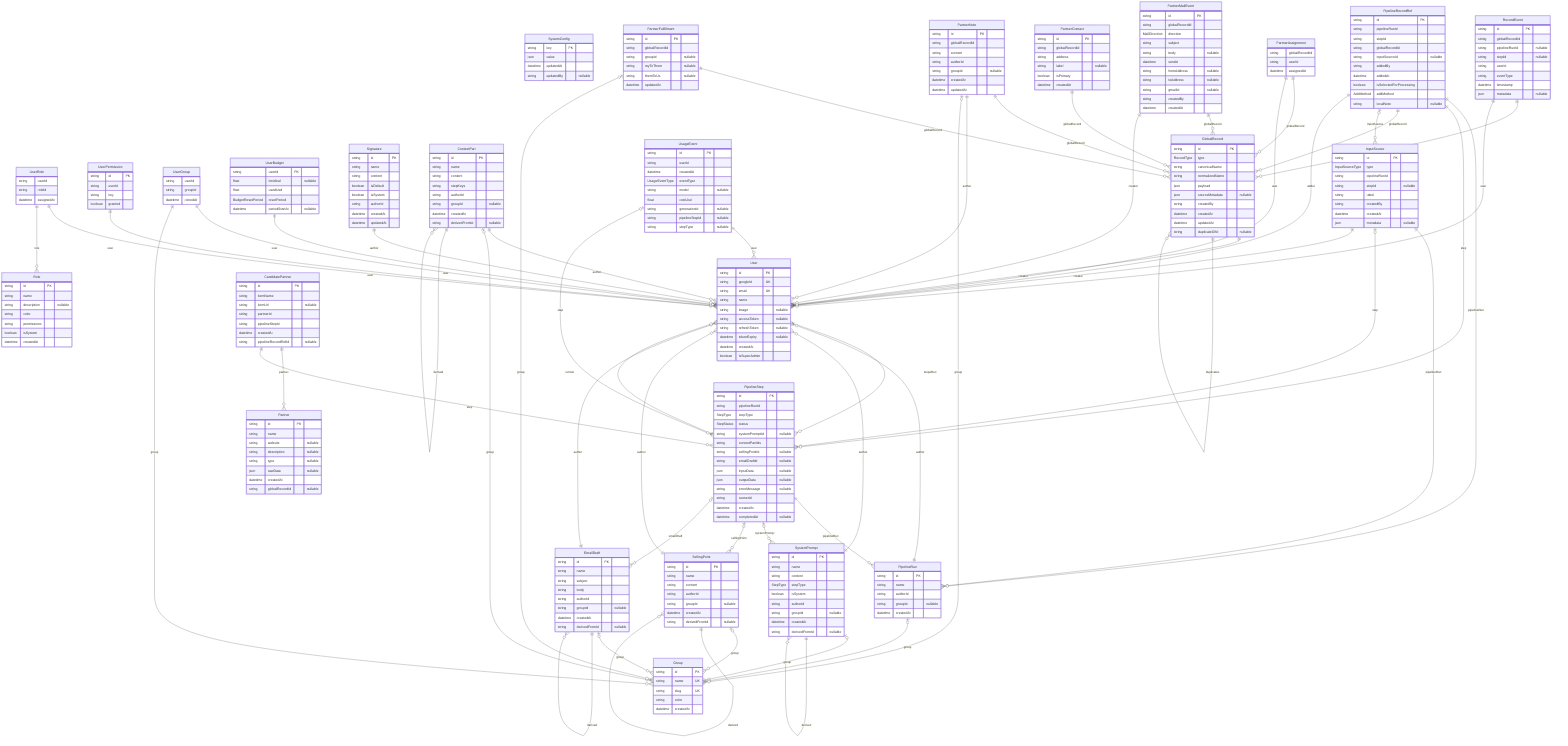
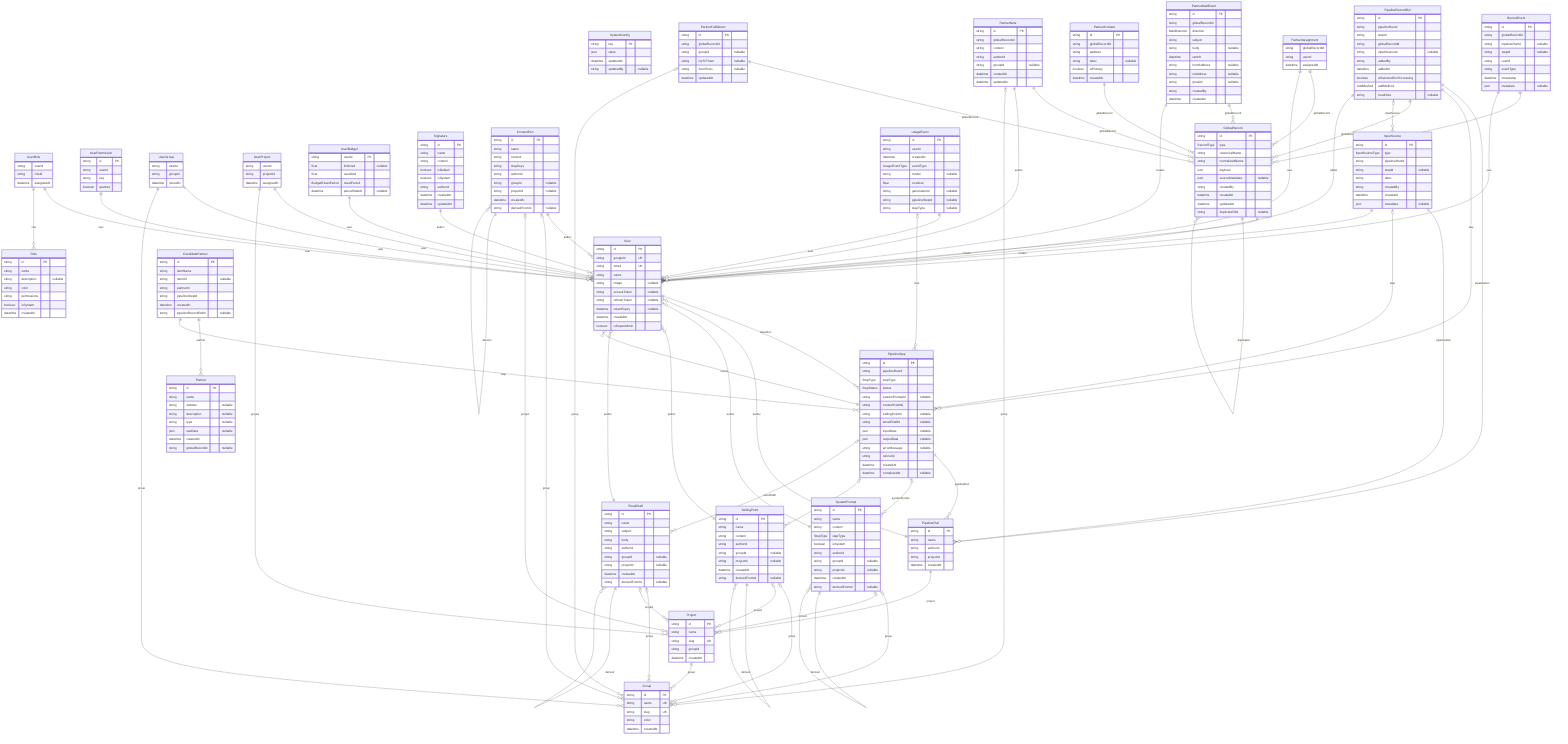
erDiagram
    User {
        string id PK
        string googleId UK
        string email UK
        string name
        string image "nullable"
        string accessToken "nullable"
        string refreshToken "nullable"
        datetime tokenExpiry "nullable"
        datetime createdAt
        boolean isSuperAdmin
    }
    Role {
        string id PK
        string name
        string description "nullable"
        string color
        string permissions
        boolean isSystem
        datetime createdAt
    }
    UserRole {
        string userId
        string roleId
        datetime assignedAt
    }
    UserPermission {
        string id PK
        string userId
        string key
        boolean granted
    }
    Group {
        string id PK
        string name UK
        string slug UK
        string color
        datetime createdAt
    }
+     Project {
+         string id PK
+         string name
+         string slug UK
+         string groupId
+         datetime createdAt
+     }
    UserGroup {
        string userId
        string groupId
        datetime joinedAt
+     }
+     UserProject {
+         string userId
+         string projectId
+         datetime assignedAt
    }
    UserBudget {
        string userId PK
        float limitUsd "nullable"
        float usedUsd
        BudgetResetPeriod resetPeriod
        datetime periodStartAt "nullable"
    }
    Signature {
        string id PK
        string name
        string content
        boolean isDefault
        boolean isSystem
        string authorId
        datetime createdAt
        datetime updatedAt
    }
    SystemPrompt {
        string id PK
        string name
        string content
        StepType stepType
        boolean isSystem
        string authorId
        string groupId "nullable"
+         string projectId "nullable"
        datetime createdAt
        string derivedFromId "nullable"
    }
    ContextPart {
        string id PK
        string name
        string content
        string stepKeys
        string authorId
        string groupId "nullable"
+         string projectId "nullable"
        datetime createdAt
        string derivedFromId "nullable"
    }
    SellingPoint {
        string id PK
        string name
        string content
        string authorId
        string groupId "nullable"
+         string projectId "nullable"
        datetime createdAt
        string derivedFromId "nullable"
    }
    EmailDraft {
        string id PK
        string name
        string subject
        string body
        string authorId
        string groupId "nullable"
+         string projectId "nullable"
        datetime createdAt
        string derivedFromId "nullable"
    }
    PipelineRun {
        string id PK
        string name
        string authorId
-         string groupId "nullable"
+         string projectId
        datetime createdAt
    }
    PipelineStep {
        string id PK
        string pipelineRunId
        StepType stepType
        StepStatus status
        string systemPromptId "nullable"
        string contextPartIds
        string sellingPointId "nullable"
        string emailDraftId "nullable"
        json inputData "nullable"
        json outputData "nullable"
        string errorMessage "nullable"
        string runnerId
        datetime createdAt
        datetime completedAt "nullable"
    }
    Partner {
        string id PK
        string name
        string website "nullable"
        string description "nullable"
        string type "nullable"
        json rawData "nullable"
        datetime createdAt
        string globalRecordId "nullable"
    }
    CandidatePartner {
        string id PK
        string itemName
        string itemUrl "nullable"
        string partnerId
        string pipelineStepId
        datetime createdAt
        string pipelineRecordRefId "nullable"
    }
    GlobalRecord {
        string id PK
        RecordType type
        string canonicalName
        string normalizedName
        json payload
        json sourceMetadata "nullable"
        string createdBy
        datetime createdAt
        datetime updatedAt
        string duplicateOfId "nullable"
    }
    UsageEvent {
        string id PK
        string userId
        datetime createdAt
        UsageEventType eventType
        string model "nullable"
        float costUsd
        string generationId "nullable"
        string pipelineStepId "nullable"
        string stepType "nullable"
    }
    SystemConfig {
        string key PK
        json value
        datetime updatedAt
        string updatedBy "nullable"
    }
    InputSource {
        string id PK
        InputSourceType type
        string pipelineRunId
        string stepId "nullable"
        string label
        string createdBy
        datetime createdAt
        json metadata "nullable"
    }
    PipelineRecordRef {
        string id PK
        string pipelineRunId
        string stepId
        string globalRecordId
        string inputSourceId "nullable"
        string addedBy
        datetime addedAt
        boolean isSelectedForProcessing
        AddMethod addMethod
        string localNote "nullable"
    }
    RecordEvent {
        string id PK
        string globalRecordId
        string pipelineRunId "nullable"
        string stepId "nullable"
        string userId
        string eventType
        datetime timestamp
        json metadata "nullable"
    }
    PartnerContact {
        string id PK
        string globalRecordId
        string address
        string label "nullable"
        boolean isPrimary
        datetime createdAt
    }
    PartnerAssignment {
        string globalRecordId
        string userId
        datetime assignedAt
    }
    PartnerMailEvent {
        string id PK
        string globalRecordId
        MailDirection direction
        string subject
        string body "nullable"
        datetime sentAt
        string fromAddress "nullable"
        string toAddress "nullable"
        string gmailId "nullable"
        string createdBy
        datetime createdAt
    }
    PartnerNote {
        string id PK
        string globalRecordId
        string content
        string authorId
        string groupId "nullable"
        datetime createdAt
        datetime updatedAt
    }
    PartnerFulfillment {
        string id PK
        string globalRecordId
        string groupId "nullable"
        string myToThem "nullable"
        string themToUs "nullable"
        datetime updatedAt
    }

    User ||--}o PipelineStep : "stepsRun"
    UserRole ||--}o User : "user"
    UserRole ||--}o Role : "role"
    UserPermission ||--}o User : "user"
+     Project ||--}o Group : "group"
    UserGroup ||--}o User : "user"
    UserGroup ||--}o Group : "group"
+     UserProject ||--}o User : "user"
+     UserProject ||--}o Project : "project"
    UserBudget ||--o| User : "user"
    Signature ||--}o User : "author"
    SystemPrompt ||--}o User : "author"
    SystemPrompt |o--}o Group : "group"
+     SystemPrompt |o--}o Project : "project"
    SystemPrompt |o--o| SystemPrompt : "derivedFrom"
    SystemPrompt ||--}o SystemPrompt : "derived"
    ContextPart ||--}o User : "author"
    ContextPart |o--}o Group : "group"
+     ContextPart |o--}o Project : "project"
    ContextPart |o--o| ContextPart : "derivedFrom"
    ContextPart ||--}o ContextPart : "derived"
    SellingPoint ||--}o User : "author"
    SellingPoint |o--}o Group : "group"
+     SellingPoint |o--}o Project : "project"
    SellingPoint |o--o| SellingPoint : "derivedFrom"
    SellingPoint ||--}o SellingPoint : "derived"
    EmailDraft ||--}o User : "author"
    EmailDraft |o--}o Group : "group"
+     EmailDraft |o--}o Project : "project"
    EmailDraft |o--o| EmailDraft : "derivedFrom"
    EmailDraft ||--}o EmailDraft : "derived"
    PipelineRun ||--}o User : "author"
-     PipelineRun |o--}o Group : "group"
+     PipelineRun ||--}o Project : "project"
    PipelineStep ||--}o PipelineRun : "pipelineRun"
    PipelineStep |o--}o SystemPrompt : "systemPrompt"
    PipelineStep |o--}o SellingPoint : "sellingPoint"
    PipelineStep |o--}o EmailDraft : "emailDraft"
    PipelineStep ||--}o User : "runner"
    CandidatePartner ||--}o Partner : "partner"
    CandidatePartner ||--}o PipelineStep : "step"
    GlobalRecord ||--}o User : "creator"
    GlobalRecord |o--o| GlobalRecord : "duplicateOf"
    GlobalRecord ||--}o GlobalRecord : "duplicates"
    UsageEvent ||--}o User : "user"
    UsageEvent |o--}o PipelineStep : "step"
    InputSource ||--}o PipelineRun : "pipelineRun"
    InputSource |o--}o PipelineStep : "step"
    InputSource ||--}o User : "creator"
    PipelineRecordRef ||--}o PipelineRun : "pipelineRun"
    PipelineRecordRef ||--}o PipelineStep : "step"
    PipelineRecordRef ||--}o GlobalRecord : "globalRecord"
    PipelineRecordRef |o--}o InputSource : "inputSource"
    PipelineRecordRef ||--}o User : "adder"
    RecordEvent ||--}o GlobalRecord : "globalRecord"
    RecordEvent ||--}o User : "user"
    PartnerContact ||--}o GlobalRecord : "globalRecord"
    PartnerAssignment ||--}o GlobalRecord : "globalRecord"
    PartnerAssignment ||--}o User : "user"
    PartnerMailEvent ||--}o GlobalRecord : "globalRecord"
    PartnerMailEvent ||--}o User : "creator"
    PartnerNote ||--}o GlobalRecord : "globalRecord"
    PartnerNote ||--}o User : "author"
    PartnerNote |o--}o Group : "group"
    PartnerFulfillment ||--}o GlobalRecord : "globalRecord"
    PartnerFulfillment |o--}o Group : "group"